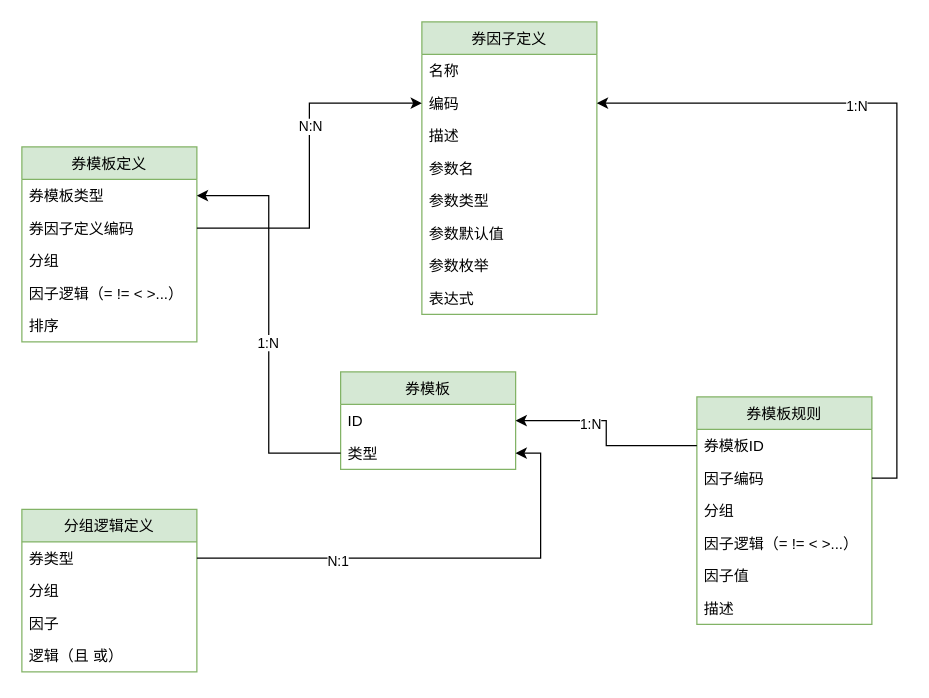
This is page "Page-1" (1 of 2) of 券因子定义.drawio from gjie1991/draw, a draw.io file, before an edit. Source tidied: cells renumbered, new cells numbered last; positions are measured from the earlier drawing's top-left corner, leaving out a move shared by most shapes. Both pictures are drawn from the tidied source at 125%, with x=0, y=0 at pixel (21, 21).
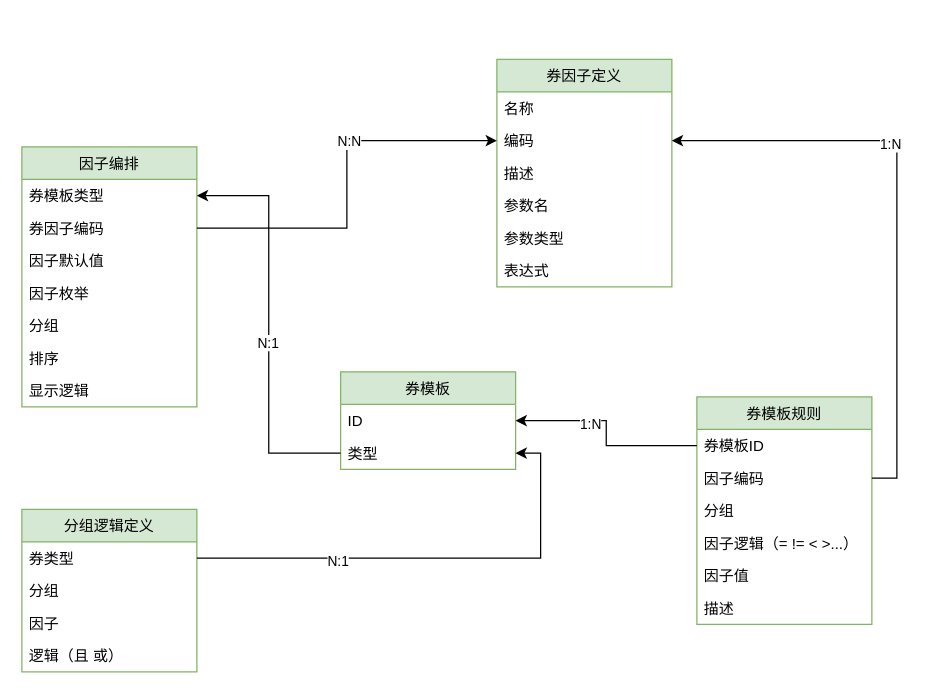
The same diagram, later.

Unchanged cells that the change refers to:
```xml
<mxCell id="29" style="edgeStyle=orthogonalEdgeStyle;rounded=0;jettySize=auto;html=1;entryX=1;entryY=0.5;entryDx=0;entryDy=0;exitX=0;exitY=0.5;exitDx=0;exitDy=0;" parent="1" edge="1" source="22" target="24">
  <mxGeometry relative="1" as="geometry" />
</mxCell>
```

What changed in the source:
```diff
@@
     <mxCell id="2" value="券因子定义" style="swimlane;fontStyle=0;horizontal=1;startSize=26;fillColor=#d5e8d4;strokeColor=#82b366;" parent="1" vertex="1">
-      <mxGeometry x="320" width="140" height="234" as="geometry" />
+      <mxGeometry x="380" y="30" width="140" height="182" as="geometry" />
     </mxCell>
@@
-    <mxCell id="8" value="参数默认值" style="text;strokeColor=none;fillColor=none;align=left;verticalAlign=top;spacingLeft=4;spacingRight=4;overflow=hidden;" parent="2" vertex="1">
-      <mxGeometry y="156" width="140" height="26" as="geometry" />
-    </mxCell>
-    <mxCell id="9" value="参数枚举" style="text;strokeColor=none;fillColor=none;align=left;verticalAlign=top;spacingLeft=4;spacingRight=4;overflow=hidden;" parent="2" vertex="1">
-      <mxGeometry y="182" width="140" height="26" as="geometry" />
-    </mxCell>
     <mxCell id="10" value="表达式" style="text;strokeColor=none;fillColor=none;align=left;verticalAlign=top;spacingLeft=4;spacingRight=4;overflow=hidden;" parent="2" vertex="1">
-      <mxGeometry y="208" width="140" height="26" as="geometry" />
+      <mxGeometry y="156" width="140" height="26" as="geometry" />
     </mxCell>
@@
-    <mxCell id="23" value="券模板定义" style="swimlane;fontStyle=0;horizontal=1;startSize=26;fillColor=#d5e8d4;strokeColor=#82b366;" parent="1" vertex="1">
-      <mxGeometry y="100" width="140" height="156" as="geometry" />
+    <mxCell id="23" value="因子编排" style="swimlane;fontStyle=0;horizontal=1;startSize=26;fillColor=#d5e8d4;strokeColor=#82b366;" parent="1" vertex="1">
+      <mxGeometry y="100" width="140" height="208" as="geometry" />
     </mxCell>
@@
-    <mxCell id="25" value="券因子定义编码" style="text;strokeColor=none;fillColor=none;align=left;verticalAlign=top;spacingLeft=4;spacingRight=4;overflow=hidden;points=[[0,0.5],[1,0.5]];portConstraint=eastwest;" parent="23" vertex="1">
+    <mxCell id="25" value="券因子编码" style="text;strokeColor=none;fillColor=none;align=left;verticalAlign=top;spacingLeft=4;spacingRight=4;overflow=hidden;points=[[0,0.5],[1,0.5]];portConstraint=eastwest;" parent="23" vertex="1">
       <mxGeometry y="52" width="140" height="26" as="geometry" />
     </mxCell>
+    <mxCell id="42" value="因子默认值" style="text;strokeColor=none;fillColor=none;align=left;verticalAlign=top;spacingLeft=4;spacingRight=4;overflow=hidden;" parent="23" vertex="1">
+      <mxGeometry y="78" width="140" height="26" as="geometry" />
+    </mxCell>
+    <mxCell id="43" value="因子枚举" style="text;strokeColor=none;fillColor=none;align=left;verticalAlign=top;spacingLeft=4;spacingRight=4;overflow=hidden;" parent="23" vertex="1">
+      <mxGeometry y="104" width="140" height="26" as="geometry" />
+    </mxCell>
     <mxCell id="26" value="分组" style="text;strokeColor=none;fillColor=none;align=left;verticalAlign=top;spacingLeft=4;spacingRight=4;overflow=hidden;" parent="23" vertex="1">
-      <mxGeometry y="78" width="140" height="26" as="geometry" />
+      <mxGeometry y="130" width="140" height="26" as="geometry" />
     </mxCell>
+    <mxCell id="28" value="排序" style="text;strokeColor=none;fillColor=none;align=left;verticalAlign=top;spacingLeft=4;spacingRight=4;overflow=hidden;" parent="23" vertex="1">
+      <mxGeometry y="156" width="140" height="26" as="geometry" />
+    </mxCell>
-    <mxCell id="27" value="因子逻辑（= != &lt; &gt;...）" style="text;strokeColor=none;fillColor=none;align=left;verticalAlign=top;spacingLeft=4;spacingRight=4;overflow=hidden;" parent="23" vertex="1">
-      <mxGeometry y="104" width="140" height="26" as="geometry" />
+    <mxCell id="27" value="显示逻辑" style="text;strokeColor=none;fillColor=none;align=left;verticalAlign=top;spacingLeft=4;spacingRight=4;overflow=hidden;" parent="23" vertex="1">
+      <mxGeometry y="182" width="140" height="26" as="geometry" />
     </mxCell>
-    <mxCell id="28" value="排序" style="text;strokeColor=none;fillColor=none;align=left;verticalAlign=top;spacingLeft=4;spacingRight=4;overflow=hidden;" parent="23" vertex="1">
-      <mxGeometry y="130" width="140" height="26" as="geometry" />
-    </mxCell>
@@
-    <mxCell id="30" value="1:N" style="edgeLabel;html=1;align=center;verticalAlign=middle;" parent="29" vertex="1">
+    <mxCell id="30" value="N:1" style="edgeLabel;html=1;align=center;verticalAlign=middle;" parent="29" vertex="1">
       <mxGeometry x="-0.09" y="1" relative="1" as="geometry" />
     </mxCell>
```
